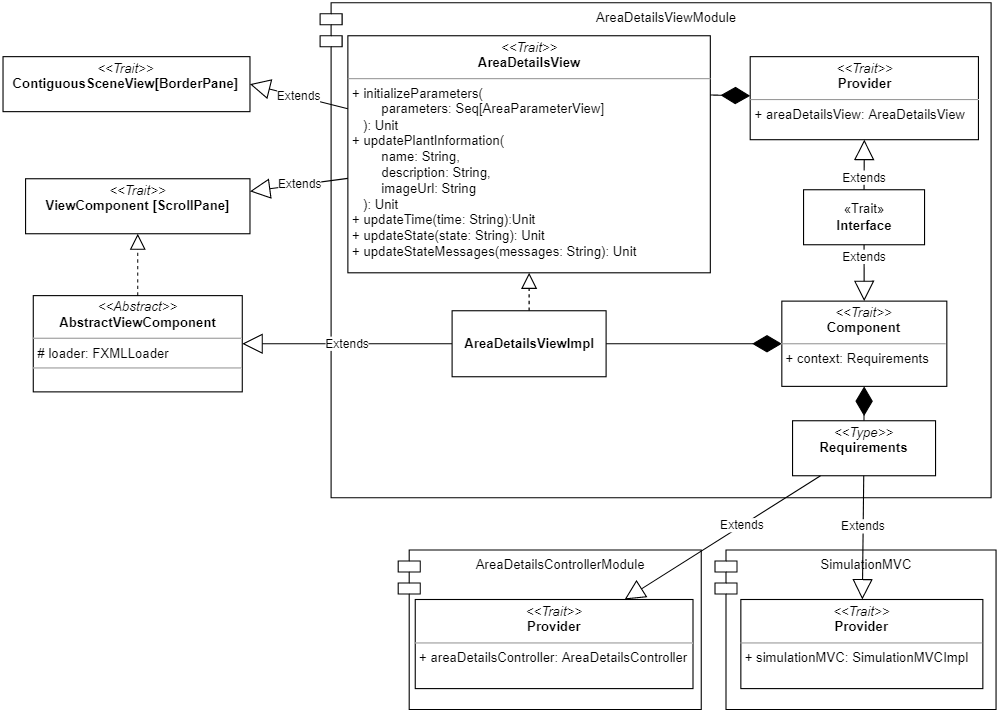
AnnaVitali/PPS-22-smartgh keeps this draw.io diagram as docs/img/area_details_view.png. Above is the earlier version. Source tidied: cells renumbered, new cells last; positions are measured from the earlier drawing's top-left corner, leaving out a move shared by most shapes. Source of this version:
```xml
<mxGraphModel>
  <root>
    <mxCell id="0" />
    <mxCell id="1" parent="0" />
    <mxCell id="2" value="AreaDetailsControllerModule" style="shape=module;align=left;spacingLeft=20;align=center;verticalAlign=top;fillColor=none;" parent="1" vertex="1">
      <mxGeometry x="359.5" y="497.5" width="275.5" height="145" as="geometry" />
    </mxCell>
    <mxCell id="3" value="AreaDetailsViewModule" style="shape=module;align=left;spacingLeft=20;align=center;verticalAlign=top;fillColor=none;" parent="1" vertex="1">
      <mxGeometry x="288.5" width="610" height="450" as="geometry" />
    </mxCell>
    <mxCell id="4" value="&lt;p style=&quot;margin:0px;margin-top:4px;text-align:center;&quot;&gt;&lt;i&gt;&amp;lt;&amp;lt;Trait&amp;gt;&amp;gt;&lt;/i&gt;&lt;br&gt;&lt;b&gt;AreaDetailsView&lt;/b&gt;&lt;br&gt;&lt;/p&gt;&lt;hr size=&quot;1&quot;&gt;&lt;p style=&quot;margin:0px;margin-left:4px;&quot;&gt;+ initializeParameters(&lt;/p&gt;&lt;p style=&quot;margin:0px;margin-left:4px;&quot;&gt;&amp;nbsp; &amp;nbsp; &amp;nbsp; &amp;nbsp; parameters: Seq[AreaParameterView]&lt;/p&gt;&lt;p style=&quot;margin:0px;margin-left:4px;&quot;&gt;&amp;nbsp; &amp;nbsp;): Unit&lt;br&gt;&lt;/p&gt;&lt;p style=&quot;margin:0px;margin-left:4px;&quot;&gt;+ updatePlantInformation(&lt;/p&gt;&lt;p style=&quot;margin:0px;margin-left:4px;&quot;&gt;&amp;nbsp; &amp;nbsp; &amp;nbsp; &amp;nbsp; name: String,&amp;nbsp;&lt;/p&gt;&lt;p style=&quot;margin:0px;margin-left:4px;&quot;&gt;&amp;nbsp; &amp;nbsp; &amp;nbsp; &amp;nbsp; description: String,&amp;nbsp;&amp;nbsp;&lt;/p&gt;&lt;p style=&quot;margin:0px;margin-left:4px;&quot;&gt;&amp;nbsp; &amp;nbsp; &amp;nbsp; &amp;nbsp; imageUrl: String&lt;/p&gt;&lt;p style=&quot;margin:0px;margin-left:4px;&quot;&gt;&amp;nbsp; &amp;nbsp;): Unit&lt;/p&gt;&lt;p style=&quot;margin:0px;margin-left:4px;&quot;&gt;+ updateTime(time: String):Unit&lt;/p&gt;&lt;p style=&quot;margin:0px;margin-left:4px;&quot;&gt;+ updateState(state: String): Unit&lt;/p&gt;&lt;p style=&quot;margin:0px;margin-left:4px;&quot;&gt;+ updateStateMessages(messages: String): Unit&lt;/p&gt;" style="verticalAlign=top;align=left;overflow=fill;fontSize=12;fontFamily=Helvetica;html=1;fillColor=default;" parent="1" vertex="1">
      <mxGeometry x="313.8" y="30" width="329.5" height="215.5" as="geometry" />
    </mxCell>
    <mxCell id="5" value="&lt;p style=&quot;margin:0px;margin-top:4px;text-align:center;&quot;&gt;&lt;i&gt;&amp;lt;&amp;lt;Trait&amp;gt;&amp;gt;&lt;/i&gt;&lt;br&gt;&lt;b&gt;ViewComponent [ScrollPane]&lt;/b&gt;&lt;/p&gt;" style="verticalAlign=top;align=left;overflow=fill;fontSize=12;fontFamily=Helvetica;html=1;fillColor=default;" parent="1" vertex="1">
      <mxGeometry x="20.8" y="160" width="204" height="50" as="geometry" />
    </mxCell>
    <mxCell id="6" value="&lt;p style=&quot;margin:0px;margin-top:4px;text-align:center;&quot;&gt;&lt;i&gt;&amp;lt;&amp;lt;Trait&amp;gt;&amp;gt;&lt;/i&gt;&lt;br&gt;&lt;b&gt;Provider&lt;/b&gt;&lt;br&gt;&lt;/p&gt;&lt;hr size=&quot;1&quot;&gt;&lt;p style=&quot;margin:0px;margin-left:4px;&quot;&gt;+ areaDetailsView: AreaDetailsView&lt;br&gt;&lt;/p&gt;" style="verticalAlign=top;align=left;overflow=fill;fontSize=12;fontFamily=Helvetica;html=1;fillColor=default;" parent="1" vertex="1">
      <mxGeometry x="679.5" y="49" width="207.5" height="75.5" as="geometry" />
    </mxCell>
    <mxCell id="7" value="«Trait»&lt;br&gt;&lt;b&gt;Interface&lt;/b&gt;" style="html=1;fillColor=default;" parent="1" vertex="1">
      <mxGeometry x="728" y="170" width="110" height="50" as="geometry" />
    </mxCell>
    <mxCell id="8" value="Extends" style="endArrow=block;endSize=16;endFill=0;html=1;rounded=0;exitX=0.5;exitY=1;exitDx=0;exitDy=0;" parent="1" edge="1" source="7" target="13">
      <mxGeometry x="-0.53" relative="1" as="geometry" />
    </mxCell>
    <mxCell id="9" value="&lt;div&gt;Extends&lt;/div&gt;" style="endArrow=block;endSize=16;endFill=0;html=1;rounded=0;entryX=0.5;entryY=1;entryDx=0;entryDy=0;exitX=0.5;exitY=0;exitDx=0;exitDy=0;" parent="1" edge="1" source="7" target="6">
      <mxGeometry x="-0.5" relative="1" as="geometry" />
    </mxCell>
    <mxCell id="10" style="endArrow=diamondThin;endFill=1;endSize=24;html=1;rounded=0;exitX=1;exitY=0.25;exitDx=0;exitDy=0;" parent="1" edge="1" source="4" target="6">
      <mxGeometry relative="1" as="geometry" />
    </mxCell>
    <mxCell id="11" style="endArrow=diamondThin;endFill=1;endSize=24;html=1;rounded=0;" parent="1" edge="1" source="22" target="13">
      <mxGeometry relative="1" as="geometry" />
    </mxCell>
    <mxCell id="12" value="&lt;p style=&quot;margin:0px;margin-top:4px;text-align:center;&quot;&gt;&lt;i&gt;&amp;lt;&amp;lt;Type&amp;gt;&amp;gt;&lt;/i&gt;&lt;br&gt;&lt;b&gt;Requirements&lt;/b&gt;&lt;br&gt;&lt;/p&gt;&lt;p style=&quot;margin:0px;margin-left:4px;&quot;&gt;&lt;br&gt;&lt;/p&gt;" style="verticalAlign=top;align=left;overflow=fill;fontSize=12;fontFamily=Helvetica;html=1;fillColor=default;" parent="1" vertex="1">
      <mxGeometry x="718" y="380" width="130" height="50" as="geometry" />
    </mxCell>
    <mxCell id="13" value="&lt;p style=&quot;margin:0px;margin-top:4px;text-align:center;&quot;&gt;&lt;i&gt;&amp;lt;&amp;lt;Trait&amp;gt;&amp;gt;&lt;/i&gt;&lt;br&gt;&lt;b&gt;Component&lt;/b&gt;&lt;br&gt;&lt;/p&gt;&lt;hr size=&quot;1&quot;&gt;&lt;p style=&quot;margin:0px;margin-left:4px;&quot;&gt;+ context: Requirements&lt;br&gt;&lt;/p&gt;" style="verticalAlign=top;align=left;overflow=fill;fontSize=12;fontFamily=Helvetica;html=1;fillColor=default;" parent="1" vertex="1">
      <mxGeometry x="708.2" y="271.2" width="150" height="77.5" as="geometry" />
    </mxCell>
    <mxCell id="14" value="&lt;p style=&quot;margin:0px;margin-top:4px;text-align:center;&quot;&gt;&lt;i&gt;&amp;lt;&amp;lt;Trait&amp;gt;&amp;gt;&lt;/i&gt;&lt;br&gt;&lt;b&gt;Provider&lt;/b&gt;&lt;br&gt;&lt;/p&gt;&lt;hr size=&quot;1&quot;&gt;&lt;p style=&quot;margin:0px;margin-left:4px;&quot;&gt;+ areaDetailsController: AreaDetailsController&lt;br&gt;&lt;/p&gt;" style="verticalAlign=top;align=left;overflow=fill;fontSize=12;fontFamily=Helvetica;html=1;fillColor=default;" parent="1" vertex="1">
      <mxGeometry x="375" y="542.5" width="252.5" height="81" as="geometry" />
    </mxCell>
    <mxCell id="15" style="endArrow=diamondThin;endFill=1;endSize=24;html=1;rounded=0;exitX=0.5;exitY=0;exitDx=0;exitDy=0;" parent="1" edge="1" source="12" target="13">
      <mxGeometry relative="1" as="geometry" />
    </mxCell>
    <mxCell id="16" value="Extends" style="endArrow=block;endSize=16;endFill=0;html=1;rounded=0;" parent="1" edge="1" source="12" target="14">
      <mxGeometry x="-0.2" relative="1" as="geometry" />
    </mxCell>
    <mxCell id="17" style="endArrow=block;dashed=1;endFill=0;endSize=12;html=1;rounded=0;" parent="1" edge="1" source="22" target="4">
      <mxGeometry relative="1" as="geometry" />
    </mxCell>
    <mxCell id="18" value="Extends" style="endArrow=block;endSize=16;endFill=0;html=1;rounded=0;" parent="1" edge="1" source="22" target="19">
      <mxGeometry relative="1" as="geometry" />
    </mxCell>
    <mxCell id="19" value="&lt;p style=&quot;margin:0px;margin-top:4px;text-align:center;&quot;&gt;&lt;i&gt;&amp;lt;&amp;lt;Abstract&amp;gt;&amp;gt;&lt;/i&gt;&lt;br&gt;&lt;b&gt;AbstractViewComponent&lt;/b&gt;&lt;br&gt;&lt;/p&gt;&lt;hr size=&quot;1&quot;&gt;&lt;p style=&quot;margin:0px;margin-left:4px;&quot;&gt;# loader: FXMLLoader&lt;br&gt;&lt;/p&gt;&lt;hr size=&quot;1&quot;&gt;&lt;p style=&quot;margin:0px;margin-left:4px;&quot;&gt;&lt;br&gt;&lt;/p&gt;" style="verticalAlign=top;align=left;overflow=fill;fontSize=12;fontFamily=Helvetica;html=1;" parent="1" vertex="1">
      <mxGeometry x="27.8" y="266.2" width="190" height="87.5" as="geometry" />
    </mxCell>
    <mxCell id="20" value="Extends" style="endArrow=block;endSize=16;endFill=0;html=1;rounded=0;" parent="1" edge="1" source="4" target="5">
      <mxGeometry relative="1" as="geometry" />
    </mxCell>
    <mxCell id="21" style="endArrow=block;dashed=1;endFill=0;endSize=12;html=1;rounded=0;" parent="1" edge="1" source="19" target="5">
      <mxGeometry relative="1" as="geometry" />
    </mxCell>
    <mxCell id="22" value="&lt;b style=&quot;&quot;&gt;AreaDetailsView&lt;/b&gt;&lt;b&gt;Impl&lt;/b&gt;" style="rounded=0;whiteSpace=wrap;html=1;" parent="1" vertex="1">
      <mxGeometry x="408.5" y="280" width="140" height="60" as="geometry" />
    </mxCell>
    <mxCell id="23" value="SimulationMVC" style="shape=module;align=left;spacingLeft=20;align=center;verticalAlign=top;fillColor=none;" parent="1" vertex="1">
      <mxGeometry x="647.5" y="497.5" width="255.5" height="145" as="geometry" />
    </mxCell>
    <mxCell id="24" value="&lt;p style=&quot;margin:0px;margin-top:4px;text-align:center;&quot;&gt;&lt;i&gt;&amp;lt;&amp;lt;Trait&amp;gt;&amp;gt;&lt;/i&gt;&lt;br&gt;&lt;b&gt;Provider&lt;/b&gt;&lt;br&gt;&lt;/p&gt;&lt;hr size=&quot;1&quot;&gt;&lt;p style=&quot;margin:0px;margin-left:4px;&quot;&gt;+ simulationMVC: SimulationMVCImpl&lt;br&gt;&lt;/p&gt;" style="verticalAlign=top;align=left;overflow=fill;fontSize=12;fontFamily=Helvetica;html=1;fillColor=default;" parent="1" vertex="1">
      <mxGeometry x="671" y="542.5" width="220" height="81" as="geometry" />
    </mxCell>
    <mxCell id="25" value="Extends" style="endArrow=block;endSize=16;endFill=0;html=1;rounded=0;" parent="1" edge="1" source="12" target="24">
      <mxGeometry x="-0.2" relative="1" as="geometry" />
    </mxCell>
    <mxCell id="26" value="&lt;p style=&quot;margin:0px;margin-top:4px;text-align:center;&quot;&gt;&lt;i&gt;&amp;lt;&amp;lt;Trait&amp;gt;&amp;gt;&lt;/i&gt;&lt;br&gt;&lt;b&gt;ContiguousSceneView[BorderPane]&lt;/b&gt;&lt;/p&gt;" style="verticalAlign=top;align=left;overflow=fill;fontSize=12;fontFamily=Helvetica;html=1;fillColor=default;" parent="1" vertex="1">
      <mxGeometry x="0.2" y="49" width="224.5" height="50" as="geometry" />
    </mxCell>
    <mxCell id="27" value="Extends" style="endArrow=block;endSize=16;endFill=0;html=1;rounded=0;entryX=1;entryY=0.5;entryDx=0;entryDy=0;" parent="1" edge="1" source="4" target="26">
      <mxGeometry relative="1" as="geometry" />
    </mxCell>
  </root>
</mxGraphModel>
```
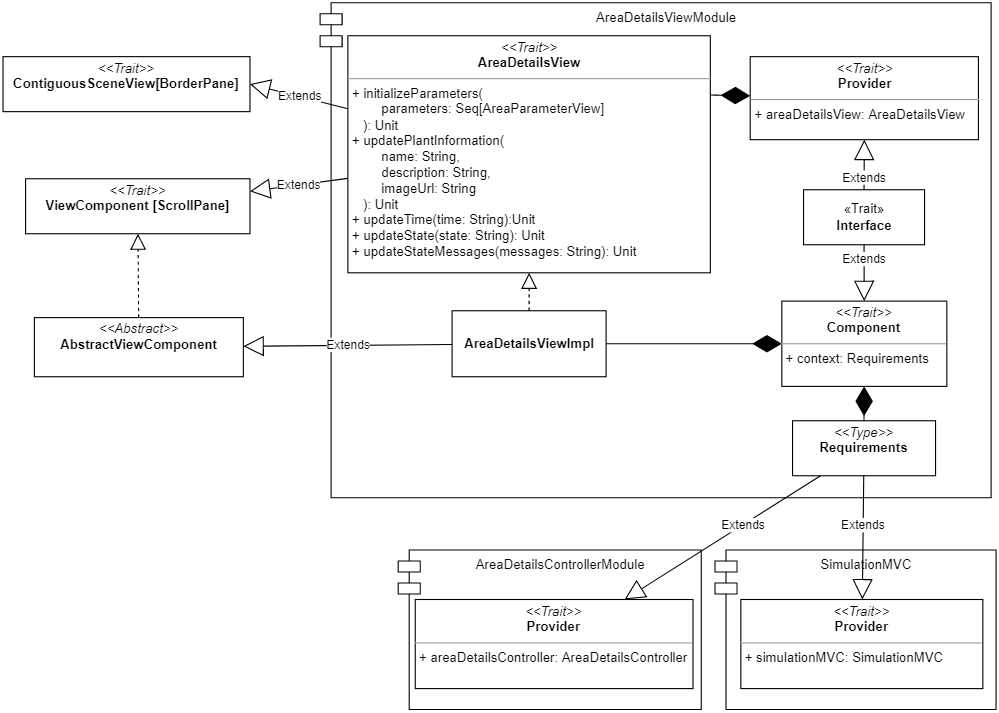
The same file after the commit.

The edit, as a diff of the source:
```diff
@@ -53,8 +53,8 @@
     <mxCell id="18" value="Extends" style="endArrow=block;endSize=16;endFill=0;html=1;rounded=0;" parent="1" edge="1" source="22" target="19">
       <mxGeometry relative="1" as="geometry" />
     </mxCell>
-    <mxCell id="19" value="&lt;p style=&quot;margin:0px;margin-top:4px;text-align:center;&quot;&gt;&lt;i&gt;&amp;lt;&amp;lt;Abstract&amp;gt;&amp;gt;&lt;/i&gt;&lt;br&gt;&lt;b&gt;AbstractViewComponent&lt;/b&gt;&lt;br&gt;&lt;/p&gt;&lt;hr size=&quot;1&quot;&gt;&lt;p style=&quot;margin:0px;margin-left:4px;&quot;&gt;# loader: FXMLLoader&lt;br&gt;&lt;/p&gt;&lt;hr size=&quot;1&quot;&gt;&lt;p style=&quot;margin:0px;margin-left:4px;&quot;&gt;&lt;br&gt;&lt;/p&gt;" style="verticalAlign=top;align=left;overflow=fill;fontSize=12;fontFamily=Helvetica;html=1;" parent="1" vertex="1">
-      <mxGeometry x="27.8" y="266.2" width="190" height="87.5" as="geometry" />
+    <mxCell id="19" value="&lt;p style=&quot;margin:0px;margin-top:4px;text-align:center;&quot;&gt;&lt;i&gt;&amp;lt;&amp;lt;Abstract&amp;gt;&amp;gt;&lt;/i&gt;&lt;br&gt;&lt;b&gt;AbstractViewComponent&lt;/b&gt;&lt;br&gt;&lt;/p&gt;&lt;p style=&quot;margin:0px;margin-left:4px;&quot;&gt;&lt;br&gt;&lt;/p&gt;&lt;p style=&quot;margin:0px;margin-left:4px;&quot;&gt;&lt;br&gt;&lt;/p&gt;" style="verticalAlign=top;align=left;overflow=fill;fontSize=12;fontFamily=Helvetica;html=1;" parent="1" vertex="1">
+      <mxGeometry x="28.8" y="286.2" width="190" height="53.8" as="geometry" />
     </mxCell>
     <mxCell id="20" value="Extends" style="endArrow=block;endSize=16;endFill=0;html=1;rounded=0;" parent="1" edge="1" source="4" target="5">
       <mxGeometry relative="1" as="geometry" />
@@ -68,7 +68,7 @@
     <mxCell id="23" value="SimulationMVC" style="shape=module;align=left;spacingLeft=20;align=center;verticalAlign=top;fillColor=none;" parent="1" vertex="1">
       <mxGeometry x="647.5" y="497.5" width="255.5" height="145" as="geometry" />
     </mxCell>
-    <mxCell id="24" value="&lt;p style=&quot;margin:0px;margin-top:4px;text-align:center;&quot;&gt;&lt;i&gt;&amp;lt;&amp;lt;Trait&amp;gt;&amp;gt;&lt;/i&gt;&lt;br&gt;&lt;b&gt;Provider&lt;/b&gt;&lt;br&gt;&lt;/p&gt;&lt;hr size=&quot;1&quot;&gt;&lt;p style=&quot;margin:0px;margin-left:4px;&quot;&gt;+ simulationMVC: SimulationMVCImpl&lt;br&gt;&lt;/p&gt;" style="verticalAlign=top;align=left;overflow=fill;fontSize=12;fontFamily=Helvetica;html=1;fillColor=default;" parent="1" vertex="1">
+    <mxCell id="24" value="&lt;p style=&quot;margin:0px;margin-top:4px;text-align:center;&quot;&gt;&lt;i&gt;&amp;lt;&amp;lt;Trait&amp;gt;&amp;gt;&lt;/i&gt;&lt;br&gt;&lt;b&gt;Provider&lt;/b&gt;&lt;br&gt;&lt;/p&gt;&lt;hr size=&quot;1&quot;&gt;&lt;p style=&quot;margin:0px;margin-left:4px;&quot;&gt;+ simulationMVC: SimulationMVC&lt;br&gt;&lt;/p&gt;" style="verticalAlign=top;align=left;overflow=fill;fontSize=12;fontFamily=Helvetica;html=1;fillColor=default;" parent="1" vertex="1">
       <mxGeometry x="671" y="542.5" width="220" height="81" as="geometry" />
     </mxCell>
     <mxCell id="25" value="Extends" style="endArrow=block;endSize=16;endFill=0;html=1;rounded=0;" parent="1" edge="1" source="12" target="24">
```
